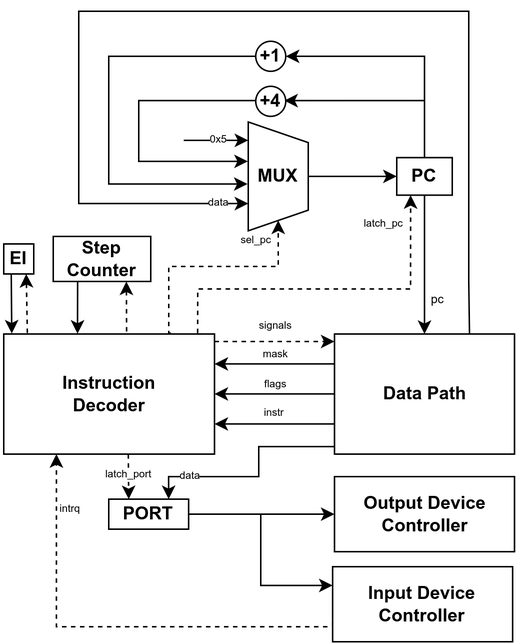
The draw.io diagram resources/control_unit.png in alexanderved/csa-lab4, before a commit. Source tidied: cells renumbered, new cells last; positions are measured from the earlier drawing's top-left corner, leaving out a move shared by most shapes.
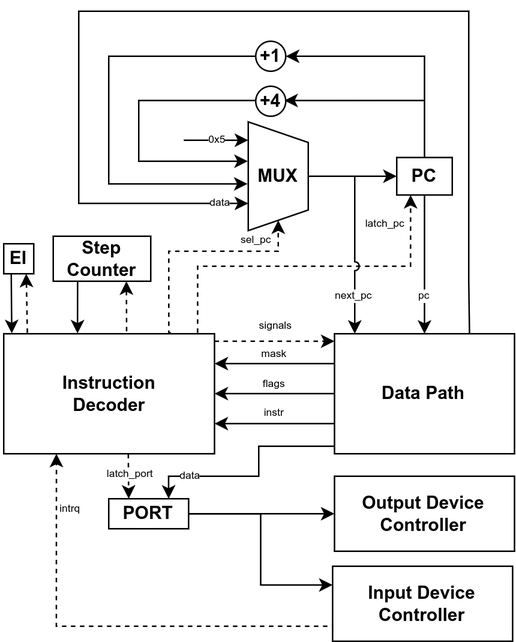
Later version of the same file.

The edit, as a diff of the source:
```diff
@@ -5,9 +5,9 @@
     <mxCell id="2" style="edgeStyle=orthogonalEdgeStyle;rounded=0;jettySize=auto;html=1;entryX=0.5;entryY=0;entryDx=0;entryDy=0;" parent="1" edge="1" source="4" target="9">
       <mxGeometry relative="1" as="geometry" />
     </mxCell>
-    <mxCell id="3" value="pc" style="edgeLabel;html=1;align=center;verticalAlign=middle;fontSize=8;" parent="2" vertex="1">
+    <mxCell id="3" value="pc" style="edgeLabel;html=1;align=center;verticalAlign=middle;fontSize=7;" parent="2" vertex="1">
       <mxGeometry x="0.33" y="-1" relative="1" as="geometry">
-        <mxPoint x="9" y="8" as="offset" />
+        <mxPoint y="6" as="offset" />
       </mxGeometry>
     </mxCell>
     <mxCell id="4" value="&lt;b&gt;PC&lt;/b&gt;" style="rounded=0;whiteSpace=wrap;html=1;" parent="1" vertex="1">
@@ -52,8 +52,8 @@
     <mxCell id="12" style="edgeStyle=orthogonalEdgeStyle;rounded=0;jettySize=auto;html=1;exitX=0.92;exitY=-0.007;exitDx=0;exitDy=0;dashed=1;entryX=0.25;entryY=1;entryDx=0;entryDy=0;exitPerimeter=0;" parent="1" edge="1" source="18" target="4">
       <mxGeometry relative="1" as="geometry">
         <Array as="points">
-          <mxPoint x="129" y="185" />
-          <mxPoint x="271" y="185" />
+          <mxPoint x="129" y="170" />
+          <mxPoint x="271" y="170" />
         </Array>
       </mxGeometry>
     </mxCell>
@@ -66,8 +66,8 @@
       <mxGeometry relative="1" as="geometry">
         <Array as="points">
           <mxPoint x="110" y="214" />
-          <mxPoint x="110" y="170" />
-          <mxPoint x="183" y="170" />
+          <mxPoint x="110" y="160" />
+          <mxPoint x="183" y="160" />
         </Array>
       </mxGeometry>
     </mxCell>
@@ -225,5 +225,16 @@
         <mxPoint x="-38" as="offset" />
       </mxGeometry>
     </mxCell>
+    <mxCell id="48" style="edgeStyle=orthogonalEdgeStyle;rounded=0;orthogonalLoop=1;jettySize=auto;html=1;entryX=0.5;entryY=0;entryDx=0;entryDy=0;jumpStyle=arc;" parent="1" edge="1">
+      <mxGeometry relative="1" as="geometry">
+        <mxPoint x="234" y="110" as="sourcePoint" />
+        <mxPoint x="234" y="215" as="targetPoint" />
+      </mxGeometry>
+    </mxCell>
+    <mxCell id="49" value="next_pc" style="edgeLabel;html=1;align=center;verticalAlign=middle;fontSize=7;" parent="48" vertex="1">
+      <mxGeometry x="0.33" y="-1" relative="1" as="geometry">
+        <mxPoint y="10" as="offset" />
+      </mxGeometry>
+    </mxCell>
   </root>
 </mxGraphModel>
```
